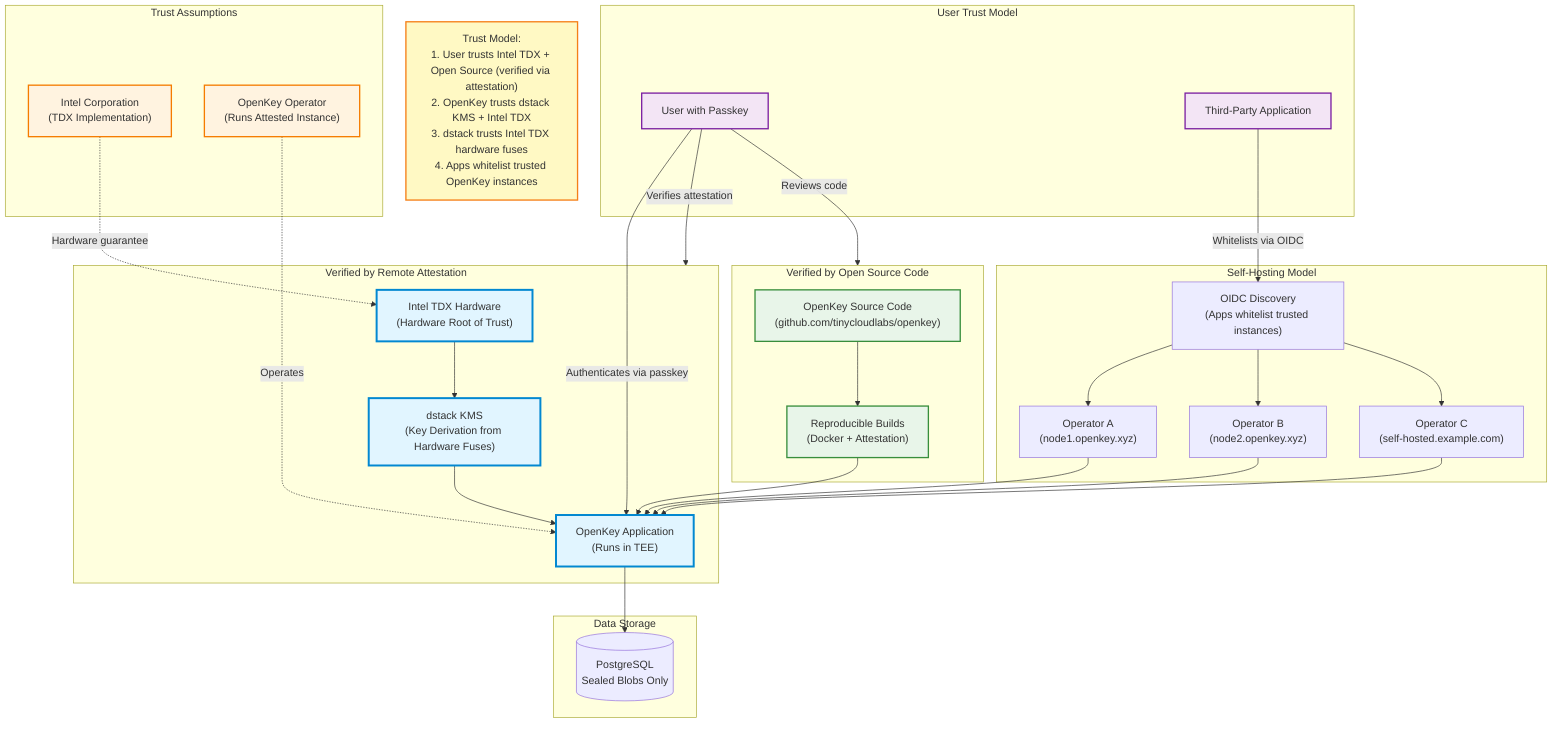
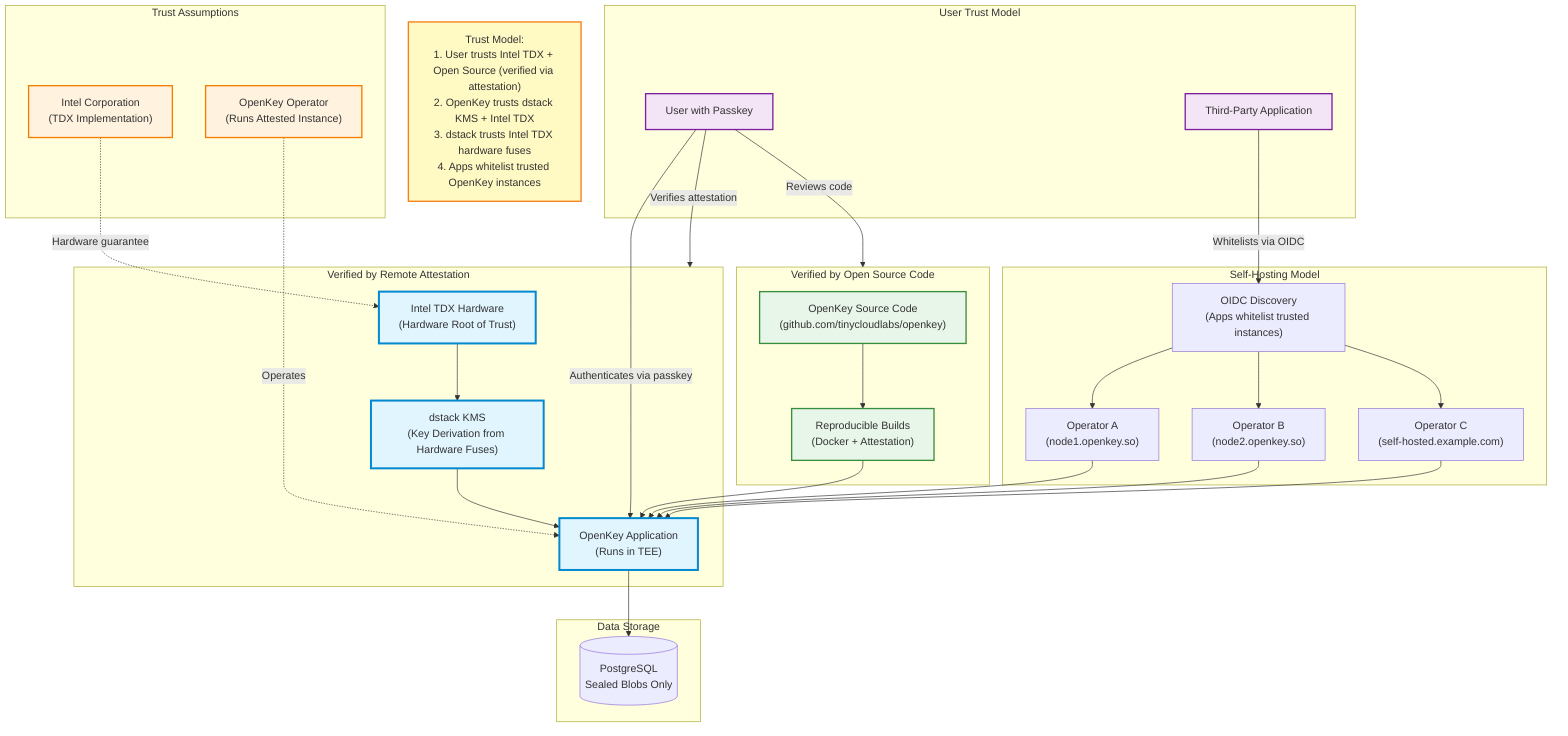
graph TB
    subgraph VerifiedAttestation["Verified by Remote Attestation"]
        TDX["Intel TDX Hardware<br/>(Hardware Root of Trust)"]
        KMS["dstack KMS<br/>(Key Derivation from Hardware Fuses)"]
        OKApp["OpenKey Application<br/>(Runs in TEE)"]
    end

    subgraph VerifiedOpenSource["Verified by Open Source Code"]
        Code["OpenKey Source Code<br/>(github.com/tinycloudlabs/openkey)"]
        Build["Reproducible Builds<br/>(Docker + Attestation)"]
    end

    subgraph TrustAssumption["Trust Assumptions"]
        Intel["Intel Corporation<br/>(TDX Implementation)"]
        Operator["OpenKey Operator<br/>(Runs Attested Instance)"]
    end

    subgraph DataLayer["Data Storage"]
        DB[(PostgreSQL<br/>Sealed Blobs Only)]
    end

    subgraph UserLayer["User Trust Model"]
        User["User with Passkey"]
        App["Third-Party Application"]
    end

    subgraph SelfHosting["Self-Hosting Model"]
-         Op1["Operator A<br/>(node1.openkey.xyz)"]
-         Op2["Operator B<br/>(node2.openkey.xyz)"]
+         Op1["Operator A<br/>(node1.openkey.so)"]
+         Op2["Operator B<br/>(node2.openkey.so)"]
        Op3["Operator C<br/>(self-hosted.example.com)"]
        Discovery["OIDC Discovery<br/>(Apps whitelist trusted instances)"]
    end

    TDX --> KMS
    KMS --> OKApp
    OKApp --> DB

    Code --> Build
    Build --> OKApp

    Intel -.->|Hardware guarantee| TDX
    Operator -.->|Operates| OKApp

    User -->|Authenticates via passkey| OKApp
    User -->|Verifies attestation| VerifiedAttestation
    User -->|Reviews code| VerifiedOpenSource

    App -->|Whitelists via OIDC| Discovery
    Discovery --> Op1
    Discovery --> Op2
    Discovery --> Op3

    Op1 --> OKApp
    Op2 --> OKApp
    Op3 --> OKApp

    classDef teeStyle fill:#e1f5ff,stroke:#0288d1,stroke-width:3px
    classDef trustStyle fill:#fff3e0,stroke:#f57c00,stroke-width:2px
    classDef verifyStyle fill:#e8f5e9,stroke:#388e3c,stroke-width:2px
    classDef userStyle fill:#f3e5f5,stroke:#7b1fa2,stroke-width:2px

    class TDX,KMS,OKApp teeStyle
    class Intel,Operator trustStyle
    class Code,Build verifyStyle
    class User,App userStyle

    note1["Trust Model:<br/>1. User trusts Intel TDX + Open Source (verified via attestation)<br/>2. OpenKey trusts dstack KMS + Intel TDX<br/>3. dstack trusts Intel TDX hardware fuses<br/>4. Apps whitelist trusted OpenKey instances"]

    style note1 fill:#fff9c4,stroke:#f57f17,stroke-width:2px
